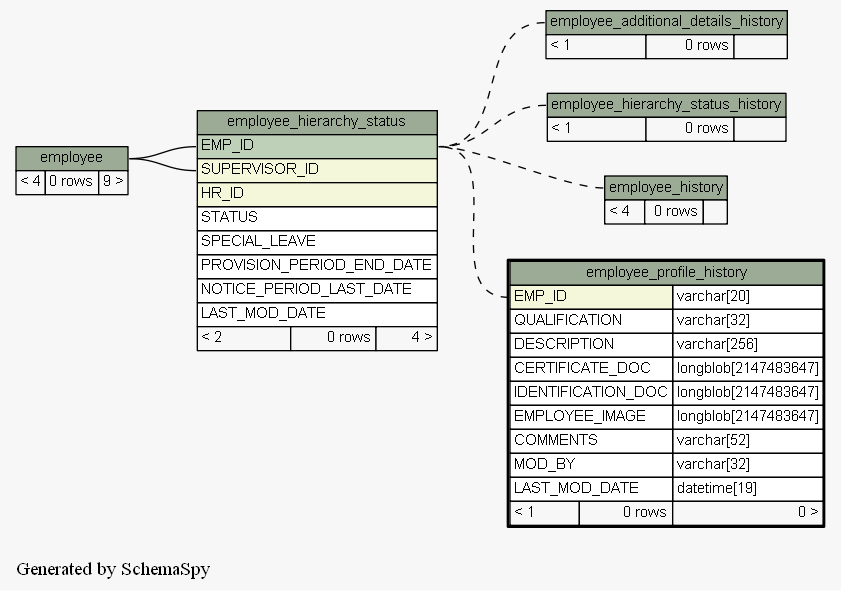
The Graphviz diagram docs/database/schemaspy/graphs/employee_profile_history.implied2degrees.png in engineerscraft/hrms, before a commit. Its source is kept beside it as docs/database/schemaspy/graphs/employee_profile_history.implied2degrees.dot. Source of this version:
```dot
digraph "impliedTwoDegreesRelationshipsGraph" {
  graph [
    rankdir="RL"
    bgcolor="#f7f7f7"
    label="\nGenerated by SchemaSpy"
    labeljust="l"
  ];
  node [
    fontname="Helvetica"
    fontsize="11"
    shape="plaintext"
  ];
  edge [
    arrowsize="0.8"
  ];
  "employee_additional_details_history":"employee_additional_details_history.heading":w -> "employee_hierarchy_status":"EMP_ID":e [arrowtail=crowodot arrowhead=none style=dashed];
  "employee_hierarchy_status":"EMP_ID":w -> "employee":"employee.heading":e [arrowtail=tee arrowhead=none];
  "employee_hierarchy_status":"SUPERVISOR_ID":w -> "employee":"employee.heading":e [arrowtail=crowodot arrowhead=none];
  "employee_hierarchy_status_history":"employee_hierarchy_status_history.heading":w -> "employee_hierarchy_status":"EMP_ID":e [arrowtail=tee arrowhead=none style=dashed];
  "employee_history":"employee_history.heading":w -> "employee_hierarchy_status":"EMP_ID":e [arrowtail=tee arrowhead=none style=dashed];
  "employee_profile_history":"EMP_ID":w -> "employee_hierarchy_status":"EMP_ID":e [arrowtail=crowodot arrowhead=none style=dashed];
  "employee" [
    label=<
    <TABLE BORDER="0" CELLBORDER="1" CELLSPACING="0" BGCOLOR="#ffffff">
      <TR><TD PORT="employee.heading" COLSPAN="3" BGCOLOR="#9bab96" ALIGN="CENTER">employee</TD></TR>
      <TR><TD ALIGN="LEFT" BGCOLOR="#f7f7f7">&lt; 4</TD><TD ALIGN="RIGHT" BGCOLOR="#f7f7f7">0 rows</TD><TD ALIGN="RIGHT" BGCOLOR="#f7f7f7">9 &gt;</TD></TR>
    </TABLE>>
    URL="employee.html#graph"
    tooltip="employee"
  ];
  "employee_additional_details_history" [
    label=<
    <TABLE BORDER="0" CELLBORDER="1" CELLSPACING="0" BGCOLOR="#ffffff">
      <TR><TD PORT="employee_additional_details_history.heading" COLSPAN="3" BGCOLOR="#9bab96" ALIGN="CENTER">employee_additional_details_history</TD></TR>
      <TR><TD ALIGN="LEFT" BGCOLOR="#f7f7f7">&lt; 1</TD><TD ALIGN="RIGHT" BGCOLOR="#f7f7f7">0 rows</TD><TD ALIGN="RIGHT" BGCOLOR="#f7f7f7">  </TD></TR>
    </TABLE>>
    URL="employee_additional_details_history.html#graph"
    tooltip="employee_additional_details_history"
  ];
  "employee_hierarchy_status" [
    label=<
    <TABLE BORDER="0" CELLBORDER="1" CELLSPACING="0" BGCOLOR="#ffffff">
      <TR><TD PORT="employee_hierarchy_status.heading" COLSPAN="3" BGCOLOR="#9bab96" ALIGN="CENTER">employee_hierarchy_status</TD></TR>
      <TR><TD PORT="EMP_ID" COLSPAN="3" BGCOLOR="#bed1b8" ALIGN="LEFT">EMP_ID</TD></TR>
      <TR><TD PORT="SUPERVISOR_ID" COLSPAN="3" BGCOLOR="#f4f7da" ALIGN="LEFT">SUPERVISOR_ID</TD></TR>
      <TR><TD PORT="HR_ID" COLSPAN="3" BGCOLOR="#f4f7da" ALIGN="LEFT">HR_ID</TD></TR>
      <TR><TD PORT="STATUS" COLSPAN="3" ALIGN="LEFT">STATUS</TD></TR>
      <TR><TD PORT="SPECIAL_LEAVE" COLSPAN="3" ALIGN="LEFT">SPECIAL_LEAVE</TD></TR>
      <TR><TD PORT="PROVISION_PERIOD_END_DATE" COLSPAN="3" ALIGN="LEFT">PROVISION_PERIOD_END_DATE</TD></TR>
      <TR><TD PORT="NOTICE_PERIOD_LAST_DATE" COLSPAN="3" ALIGN="LEFT">NOTICE_PERIOD_LAST_DATE</TD></TR>
      <TR><TD PORT="LAST_MOD_DATE" COLSPAN="3" ALIGN="LEFT">LAST_MOD_DATE</TD></TR>
      <TR><TD ALIGN="LEFT" BGCOLOR="#f7f7f7">&lt; 2</TD><TD ALIGN="RIGHT" BGCOLOR="#f7f7f7">0 rows</TD><TD ALIGN="RIGHT" BGCOLOR="#f7f7f7">4 &gt;</TD></TR>
    </TABLE>>
    URL="employee_hierarchy_status.html#graph"
    tooltip="employee_hierarchy_status"
  ];
  "employee_hierarchy_status_history" [
    label=<
    <TABLE BORDER="0" CELLBORDER="1" CELLSPACING="0" BGCOLOR="#ffffff">
      <TR><TD PORT="employee_hierarchy_status_history.heading" COLSPAN="3" BGCOLOR="#9bab96" ALIGN="CENTER">employee_hierarchy_status_history</TD></TR>
      <TR><TD ALIGN="LEFT" BGCOLOR="#f7f7f7">&lt; 1</TD><TD ALIGN="RIGHT" BGCOLOR="#f7f7f7">0 rows</TD><TD ALIGN="RIGHT" BGCOLOR="#f7f7f7">  </TD></TR>
    </TABLE>>
    URL="employee_hierarchy_status_history.html#graph"
    tooltip="employee_hierarchy_status_history"
  ];
  "employee_history" [
    label=<
    <TABLE BORDER="0" CELLBORDER="1" CELLSPACING="0" BGCOLOR="#ffffff">
      <TR><TD PORT="employee_history.heading" COLSPAN="3" BGCOLOR="#9bab96" ALIGN="CENTER">employee_history</TD></TR>
      <TR><TD ALIGN="LEFT" BGCOLOR="#f7f7f7">&lt; 4</TD><TD ALIGN="RIGHT" BGCOLOR="#f7f7f7">0 rows</TD><TD ALIGN="RIGHT" BGCOLOR="#f7f7f7">  </TD></TR>
    </TABLE>>
    URL="employee_history.html#graph"
    tooltip="employee_history"
  ];
  "employee_profile_history" [
    label=<
    <TABLE BORDER="2" CELLBORDER="1" CELLSPACING="0" BGCOLOR="#ffffff">
      <TR><TD PORT="employee_profile_history.heading" COLSPAN="3" BGCOLOR="#9bab96" ALIGN="CENTER">employee_profile_history</TD></TR>
      <TR><TD PORT="EMP_ID" COLSPAN="2" BGCOLOR="#f4f7da" ALIGN="LEFT">EMP_ID</TD><TD PORT="EMP_ID.type" ALIGN="LEFT">varchar[20]</TD></TR>
      <TR><TD PORT="QUALIFICATION" COLSPAN="2" ALIGN="LEFT">QUALIFICATION</TD><TD PORT="QUALIFICATION.type" ALIGN="LEFT">varchar[32]</TD></TR>
      <TR><TD PORT="DESCRIPTION" COLSPAN="2" ALIGN="LEFT">DESCRIPTION</TD><TD PORT="DESCRIPTION.type" ALIGN="LEFT">varchar[256]</TD></TR>
      <TR><TD PORT="CERTIFICATE_DOC" COLSPAN="2" ALIGN="LEFT">CERTIFICATE_DOC</TD><TD PORT="CERTIFICATE_DOC.type" ALIGN="LEFT">longblob[2147483647]</TD></TR>
      <TR><TD PORT="IDENTIFICATION_DOC" COLSPAN="2" ALIGN="LEFT">IDENTIFICATION_DOC</TD><TD PORT="IDENTIFICATION_DOC.type" ALIGN="LEFT">longblob[2147483647]</TD></TR>
      <TR><TD PORT="EMPLOYEE_IMAGE" COLSPAN="2" ALIGN="LEFT">EMPLOYEE_IMAGE</TD><TD PORT="EMPLOYEE_IMAGE.type" ALIGN="LEFT">longblob[2147483647]</TD></TR>
      <TR><TD PORT="COMMENTS" COLSPAN="2" ALIGN="LEFT">COMMENTS</TD><TD PORT="COMMENTS.type" ALIGN="LEFT">varchar[52]</TD></TR>
      <TR><TD PORT="MOD_BY" COLSPAN="2" ALIGN="LEFT">MOD_BY</TD><TD PORT="MOD_BY.type" ALIGN="LEFT">varchar[32]</TD></TR>
      <TR><TD PORT="LAST_MOD_DATE" COLSPAN="2" ALIGN="LEFT">LAST_MOD_DATE</TD><TD PORT="LAST_MOD_DATE.type" ALIGN="LEFT">datetime[19]</TD></TR>
      <TR><TD ALIGN="LEFT" BGCOLOR="#f7f7f7">&lt; 1</TD><TD ALIGN="RIGHT" BGCOLOR="#f7f7f7">0 rows</TD><TD ALIGN="RIGHT" BGCOLOR="#f7f7f7">0 &gt;</TD></TR>
    </TABLE>>
    URL="employee_profile_history.html#"
    tooltip="employee_profile_history"
  ];
}
```
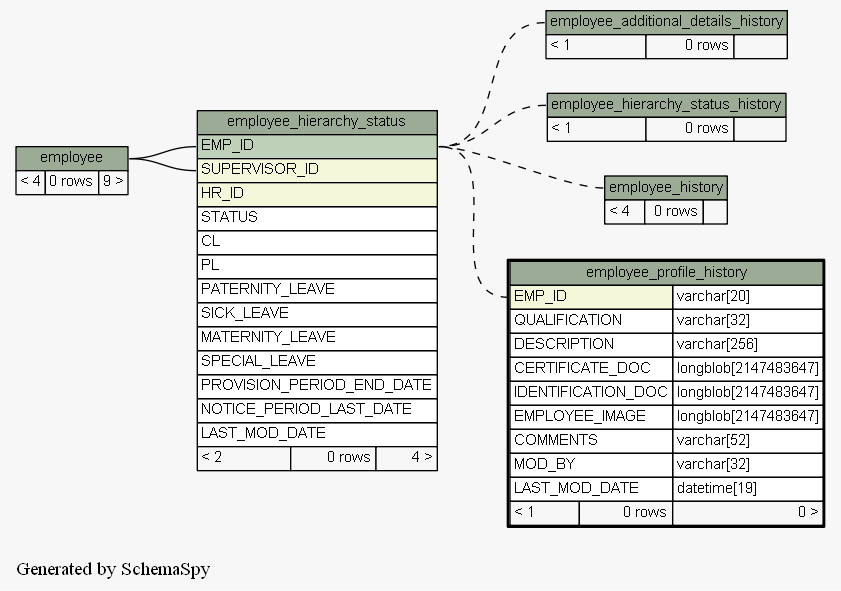
The same file after the commit.

Change to the diagram source:
```diff
@@ -13,7 +13,7 @@
   edge [
     arrowsize="0.8"
   ];
-  "employee_additional_details_history":"employee_additional_details_history.heading":w -> "employee_hierarchy_status":"EMP_ID":e [arrowtail=crowodot arrowhead=none style=dashed];
+  "employee_additional_details_history":"employee_additional_details_history.heading":w -> "employee_hierarchy_status":"EMP_ID":e [arrowtail=tee arrowhead=none style=dashed];
   "employee_hierarchy_status":"EMP_ID":w -> "employee":"employee.heading":e [arrowtail=tee arrowhead=none];
   "employee_hierarchy_status":"SUPERVISOR_ID":w -> "employee":"employee.heading":e [arrowtail=crowodot arrowhead=none];
   "employee_hierarchy_status_history":"employee_hierarchy_status_history.heading":w -> "employee_hierarchy_status":"EMP_ID":e [arrowtail=tee arrowhead=none style=dashed];
@@ -45,6 +45,11 @@
       <TR><TD PORT="SUPERVISOR_ID" COLSPAN="3" BGCOLOR="#f4f7da" ALIGN="LEFT">SUPERVISOR_ID</TD></TR>
       <TR><TD PORT="HR_ID" COLSPAN="3" BGCOLOR="#f4f7da" ALIGN="LEFT">HR_ID</TD></TR>
       <TR><TD PORT="STATUS" COLSPAN="3" ALIGN="LEFT">STATUS</TD></TR>
+      <TR><TD PORT="CL" COLSPAN="3" ALIGN="LEFT">CL</TD></TR>
+      <TR><TD PORT="PL" COLSPAN="3" ALIGN="LEFT">PL</TD></TR>
+      <TR><TD PORT="PATERNITY_LEAVE" COLSPAN="3" ALIGN="LEFT">PATERNITY_LEAVE</TD></TR>
+      <TR><TD PORT="SICK_LEAVE" COLSPAN="3" ALIGN="LEFT">SICK_LEAVE</TD></TR>
+      <TR><TD PORT="MATERNITY_LEAVE" COLSPAN="3" ALIGN="LEFT">MATERNITY_LEAVE</TD></TR>
       <TR><TD PORT="SPECIAL_LEAVE" COLSPAN="3" ALIGN="LEFT">SPECIAL_LEAVE</TD></TR>
       <TR><TD PORT="PROVISION_PERIOD_END_DATE" COLSPAN="3" ALIGN="LEFT">PROVISION_PERIOD_END_DATE</TD></TR>
       <TR><TD PORT="NOTICE_PERIOD_LAST_DATE" COLSPAN="3" ALIGN="LEFT">NOTICE_PERIOD_LAST_DATE</TD></TR>
```
